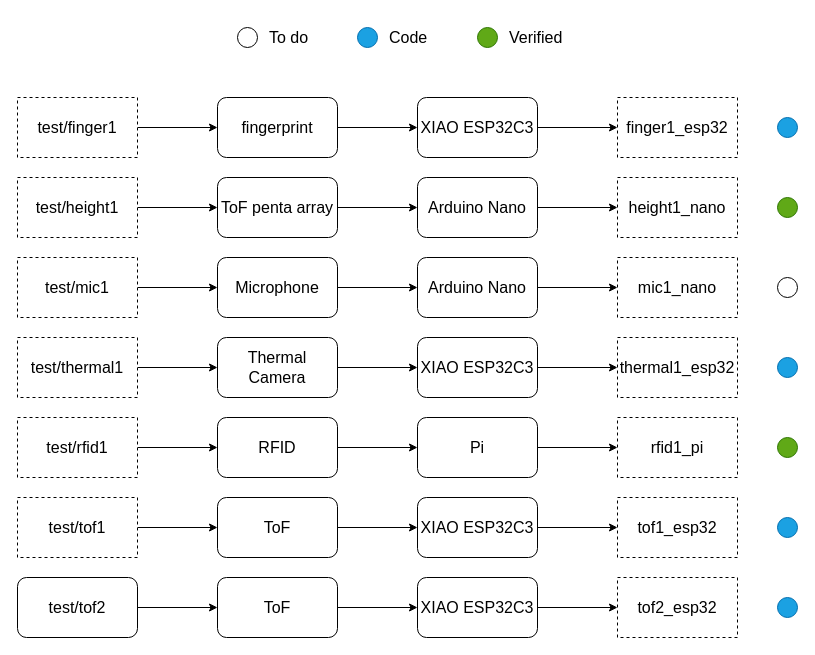
This is devices.drawio from utsanpb2-234/Reminder-IoT, a draw.io file, before an edit. Source tidied: cells renumbered, new cells numbered last; positions are measured from the earlier drawing's top-left corner, leaving out a move shared by most shapes. Both pictures are drawn from the tidied source at 100%, with x=0, y=0 at pixel (17, 17).
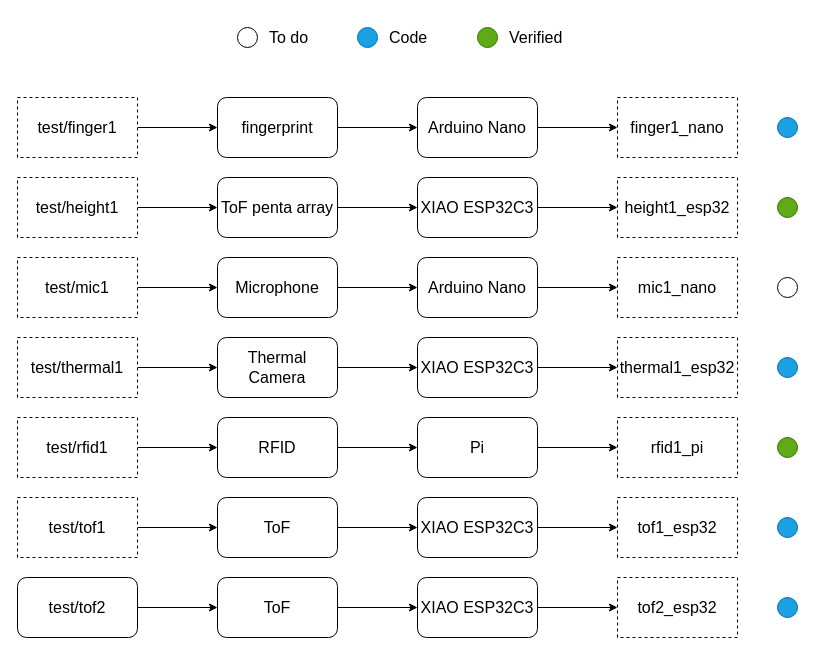
Above is the later version.

Commit message (it also covers changes not shown here):
bugs fixeds: 1. move ToF array code from nano to esp32

Change to the diagram source:
```diff
@@
-    <mxCell id="5" value="XIAO ESP32C3" style="rounded=1;whiteSpace=wrap;html=1;fontSize=16;" parent="1" vertex="1">
+    <mxCell id="5" value="Arduino Nano" style="rounded=1;whiteSpace=wrap;html=1;fontSize=16;" parent="1" vertex="1">
       <mxGeometry x="400" y="80" width="120" height="60" as="geometry" />
     </mxCell>
@@
-    <mxCell id="9" value="Arduino Nano" style="rounded=1;whiteSpace=wrap;html=1;fontSize=16;" parent="1" vertex="1">
+    <mxCell id="9" value="XIAO ESP32C3" style="rounded=1;whiteSpace=wrap;html=1;fontSize=16;" parent="1" vertex="1">
       <mxGeometry x="400" y="160" width="120" height="60" as="geometry" />
     </mxCell>
@@
-    <mxCell id="53" value="finger1_esp32" style="rounded=0;whiteSpace=wrap;html=1;fontSize=16;dashed=1;" parent="1" vertex="1">
+    <mxCell id="53" value="finger1_nano" style="rounded=0;whiteSpace=wrap;html=1;fontSize=16;dashed=1;" parent="1" vertex="1">
       <mxGeometry x="600" y="80" width="120" height="60" as="geometry" />
     </mxCell>
-    <mxCell id="54" value="height1_nano" style="rounded=0;whiteSpace=wrap;html=1;fontSize=16;dashed=1;" parent="1" vertex="1">
+    <mxCell id="54" value="height1_esp32" style="rounded=0;whiteSpace=wrap;html=1;fontSize=16;dashed=1;" parent="1" vertex="1">
       <mxGeometry x="600" y="160" width="120" height="60" as="geometry" />
     </mxCell>
```
